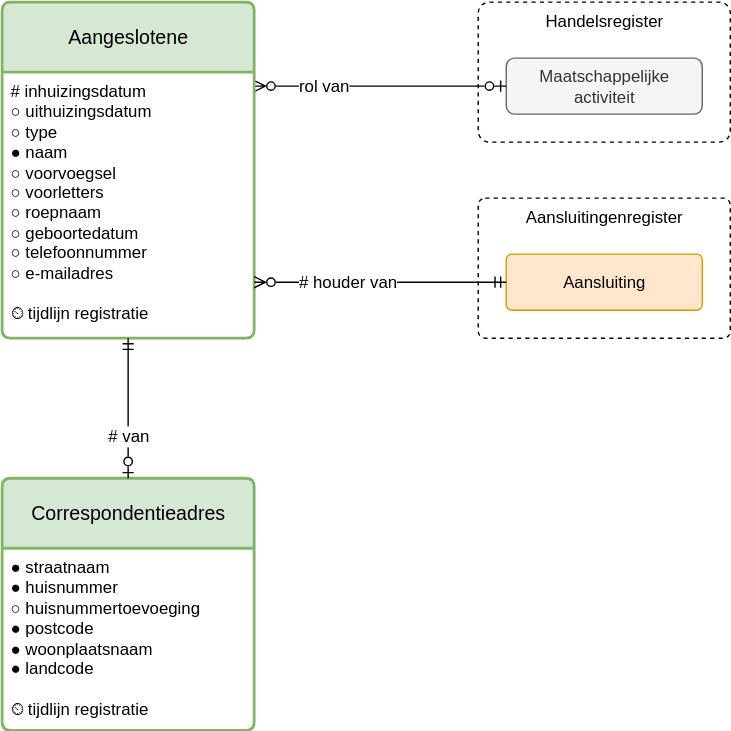
sefanja/nbnl-conceptuele-informatiemodellen keeps this draw.io diagram as modellen/registers/aangeslotenenregister/1.0.0/model.drawio.svg. Above is the earlier version. Source tidied: cells renumbered, new cells last; positions are measured from the earlier drawing's top-left corner, leaving out a move shared by most shapes.
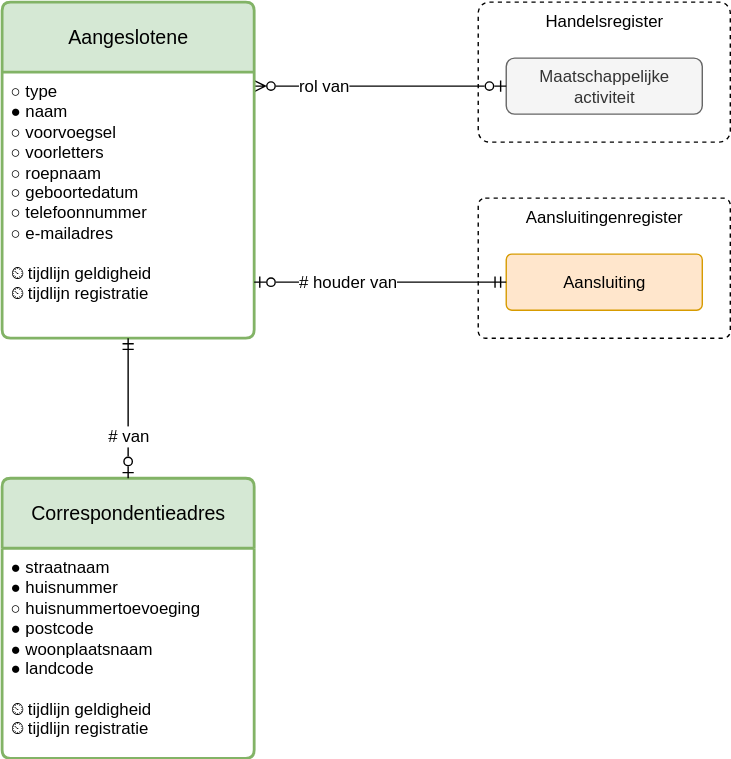
Later version of the same file.

Change to the diagram source:
```diff
@@ -17,14 +17,14 @@
     <mxCell id="6" value="&lt;div&gt;&lt;span style=&quot;background-color: transparent; color: light-dark(rgb(0, 0, 0), rgb(255, 255, 255));&quot;&gt;Aangeslotene&lt;/span&gt;&lt;/div&gt;" style="swimlane;horizontal=1;startSize=50;rounded=1;fontSize=14;fontStyle=0;strokeWidth=2;shadow=0;dashed=0;align=center;arcSize=4;whiteSpace=wrap;html=1;fillColor=#d5e8d4;strokeColor=#82b366;spacing=4;" parent="1" vertex="1">
       <mxGeometry width="180" height="240" as="geometry" />
     </mxCell>
-    <mxCell id="7" value="&lt;div&gt;&lt;span style=&quot;background-color: transparent; color: light-dark(rgb(0, 0, 0), rgb(255, 255, 255));&quot;&gt;# inhuizingsdatum&lt;/span&gt;&lt;/div&gt;&lt;div&gt;○ uithuizingsdatum&lt;span style=&quot;background-color: transparent; color: light-dark(rgb(0, 0, 0), rgb(255, 255, 255));&quot;&gt;&lt;/span&gt;&lt;/div&gt;&lt;div&gt;&lt;span style=&quot;background-color: transparent; color: light-dark(rgb(0, 0, 0), rgb(255, 255, 255));&quot;&gt;○ type&lt;/span&gt;&lt;/div&gt;&lt;div&gt;● naam&lt;/div&gt;&lt;div&gt;&lt;div&gt;&lt;span style=&quot;background-color: transparent; color: light-dark(rgb(0, 0, 0), rgb(255, 255, 255));&quot;&gt;○ voorvoegsel&lt;/span&gt;&lt;/div&gt;&lt;/div&gt;&lt;div&gt;○ voorletters&lt;/div&gt;&lt;div&gt;○ roepnaam&lt;/div&gt;&lt;div&gt;○ geboortedatum&lt;/div&gt;&lt;div&gt;&lt;span style=&quot;background-color: transparent; color: light-dark(rgb(0, 0, 0), rgb(255, 255, 255));&quot;&gt;○ telefoonnummer&lt;/span&gt;&lt;/div&gt;&lt;div&gt;&lt;div&gt;○ e-mailadres&lt;/div&gt;&lt;/div&gt;&lt;div&gt;&lt;br&gt;&lt;/div&gt;&lt;div&gt;&lt;span style=&quot;background-color: transparent; color: light-dark(rgb(0, 0, 0), rgb(255, 255, 255));&quot;&gt;⏲ tijdlijn registratie&lt;/span&gt;&lt;/div&gt;" style="align=left;strokeColor=none;fillColor=none;spacingLeft=4;spacingRight=4;fontSize=12;verticalAlign=top;html=1;whiteSpace=wrap;" parent="6" vertex="1">
+    <mxCell id="7" value="&lt;div&gt;&lt;span style=&quot;background-color: transparent; color: light-dark(rgb(0, 0, 0), rgb(255, 255, 255));&quot;&gt;○ type&lt;/span&gt;&lt;/div&gt;&lt;div&gt;● naam&lt;/div&gt;&lt;div&gt;&lt;div&gt;&lt;span style=&quot;background-color: transparent; color: light-dark(rgb(0, 0, 0), rgb(255, 255, 255));&quot;&gt;○ voorvoegsel&lt;/span&gt;&lt;/div&gt;&lt;/div&gt;&lt;div&gt;○ voorletters&lt;/div&gt;&lt;div&gt;○ roepnaam&lt;/div&gt;&lt;div&gt;○ geboortedatum&lt;/div&gt;&lt;div&gt;&lt;span style=&quot;background-color: transparent; color: light-dark(rgb(0, 0, 0), rgb(255, 255, 255));&quot;&gt;○ telefoonnummer&lt;/span&gt;&lt;/div&gt;&lt;div&gt;&lt;div&gt;○ e-mailadres&lt;/div&gt;&lt;/div&gt;&lt;div&gt;&lt;br&gt;&lt;/div&gt;&lt;div&gt;⏲ tijdlijn geldigheid&lt;/div&gt;&lt;div&gt;&lt;span style=&quot;background-color: transparent; color: light-dark(rgb(0, 0, 0), rgb(255, 255, 255));&quot;&gt;⏲ tijdlijn registratie&lt;/span&gt;&lt;/div&gt;" style="align=left;strokeColor=none;fillColor=none;spacingLeft=4;spacingRight=4;fontSize=12;verticalAlign=top;html=1;whiteSpace=wrap;" parent="6" vertex="1">
       <mxGeometry y="50" width="180" height="190" as="geometry" />
     </mxCell>
     <mxCell id="8" value="&lt;div&gt;Correspondentieadres&lt;/div&gt;" style="swimlane;horizontal=1;startSize=50;rounded=1;fontSize=14;fontStyle=0;strokeWidth=2;shadow=0;dashed=0;align=center;arcSize=4;whiteSpace=wrap;html=1;fillColor=#d5e8d4;strokeColor=#82b366;" parent="1" vertex="1">
-      <mxGeometry y="340" width="180" height="180" as="geometry" />
+      <mxGeometry y="340" width="180" height="200" as="geometry" />
     </mxCell>
-    <mxCell id="9" value="&lt;div&gt;&lt;span style=&quot;background-color: transparent; color: light-dark(rgb(0, 0, 0), rgb(255, 255, 255));&quot;&gt;●&lt;/span&gt;&amp;nbsp;straatnaam&lt;/div&gt;&lt;div&gt;&lt;span style=&quot;background-color: transparent; color: light-dark(rgb(0, 0, 0), rgb(255, 255, 255));&quot;&gt;●&lt;/span&gt;&amp;nbsp;huisnummer&lt;/div&gt;&lt;div&gt;○ huisnummertoevoeging&lt;/div&gt;&lt;div&gt;&lt;span style=&quot;background-color: transparent; color: light-dark(rgb(0, 0, 0), rgb(255, 255, 255));&quot;&gt;●&lt;/span&gt;&amp;nbsp;postcode&lt;/div&gt;&lt;div&gt;&lt;span style=&quot;background-color: transparent; color: light-dark(rgb(0, 0, 0), rgb(255, 255, 255));&quot;&gt;●&lt;/span&gt;&amp;nbsp;woonplaatsnaam&lt;/div&gt;&lt;div&gt;&lt;span style=&quot;background-color: transparent; color: light-dark(rgb(0, 0, 0), rgb(255, 255, 255));&quot;&gt;●&lt;/span&gt;&amp;nbsp;landcode&lt;/div&gt;&lt;div&gt;&lt;br&gt;&lt;/div&gt;&lt;div&gt;&lt;span style=&quot;background-color: transparent; color: light-dark(rgb(0, 0, 0), rgb(255, 255, 255));&quot;&gt;⏲ tijdlijn registratie&lt;/span&gt;&lt;/div&gt;" style="align=left;strokeColor=none;fillColor=none;spacingLeft=4;spacingRight=4;fontSize=12;verticalAlign=top;html=1;whiteSpace=wrap;" parent="8" vertex="1">
-      <mxGeometry y="50" width="180" height="130" as="geometry" />
+    <mxCell id="9" value="&lt;div&gt;&lt;span style=&quot;background-color: transparent; color: light-dark(rgb(0, 0, 0), rgb(255, 255, 255));&quot;&gt;●&lt;/span&gt;&amp;nbsp;straatnaam&lt;/div&gt;&lt;div&gt;&lt;span style=&quot;background-color: transparent; color: light-dark(rgb(0, 0, 0), rgb(255, 255, 255));&quot;&gt;●&lt;/span&gt;&amp;nbsp;huisnummer&lt;/div&gt;&lt;div&gt;○ huisnummertoevoeging&lt;/div&gt;&lt;div&gt;&lt;span style=&quot;background-color: transparent; color: light-dark(rgb(0, 0, 0), rgb(255, 255, 255));&quot;&gt;●&lt;/span&gt;&amp;nbsp;postcode&lt;/div&gt;&lt;div&gt;&lt;span style=&quot;background-color: transparent; color: light-dark(rgb(0, 0, 0), rgb(255, 255, 255));&quot;&gt;●&lt;/span&gt;&amp;nbsp;woonplaatsnaam&lt;/div&gt;&lt;div&gt;&lt;span style=&quot;background-color: transparent; color: light-dark(rgb(0, 0, 0), rgb(255, 255, 255));&quot;&gt;●&lt;/span&gt;&amp;nbsp;landcode&lt;/div&gt;&lt;div&gt;&lt;br&gt;&lt;/div&gt;&lt;div&gt;⏲ tijdlijn geldigheid&lt;/div&gt;&lt;div&gt;&lt;span style=&quot;background-color: transparent; color: light-dark(rgb(0, 0, 0), rgb(255, 255, 255));&quot;&gt;⏲ tijdlijn registratie&lt;/span&gt;&lt;/div&gt;" style="align=left;strokeColor=none;fillColor=none;spacingLeft=4;spacingRight=4;fontSize=12;verticalAlign=top;html=1;whiteSpace=wrap;" parent="8" vertex="1">
+      <mxGeometry y="50" width="180" height="150" as="geometry" />
     </mxCell>
     <mxCell id="10" value="# van" style="edgeStyle=elbowEdgeStyle;fontSize=12;html=1;endArrow=ERmandOne;startArrow=ERzeroToOne;rounded=0;endFill=0;startFill=0;align=center;" parent="1" edge="1" source="8" target="6">
       <mxGeometry x="-0.4" relative="1" as="geometry" />
@@ -32,7 +32,7 @@
     <mxCell id="11" value="Aansluiting" style="rounded=1;arcSize=10;whiteSpace=wrap;html=1;align=center;fillColor=#ffe6cc;strokeColor=#d79b00;" parent="1" vertex="1">
       <mxGeometry x="360" y="180" width="140" height="40" as="geometry" />
     </mxCell>
-    <mxCell id="12" value="#&amp;nbsp;&lt;span style=&quot;background-color: light-dark(#ffffff, var(--ge-dark-color, #121212)); color: light-dark(rgb(0, 0, 0), rgb(255, 255, 255));&quot;&gt;houder van&lt;/span&gt;" style="edgeStyle=elbowEdgeStyle;fontSize=12;html=1;endArrow=ERmandOne;startArrow=ERzeroToMany;rounded=0;endFill=0;startFill=0;elbow=vertical;align=left;" parent="1" edge="1" source="6" target="11">
+    <mxCell id="12" value="#&amp;nbsp;&lt;span style=&quot;background-color: light-dark(#ffffff, var(--ge-dark-color, #121212)); color: light-dark(rgb(0, 0, 0), rgb(255, 255, 255));&quot;&gt;houder van&lt;/span&gt;" style="edgeStyle=elbowEdgeStyle;fontSize=12;html=1;endArrow=ERmandOne;startArrow=ERzeroToOne;rounded=0;endFill=0;startFill=0;elbow=vertical;align=left;" parent="1" edge="1" source="6" target="11">
       <mxGeometry x="-0.67" relative="1" as="geometry" />
     </mxCell>
   </root>
```
